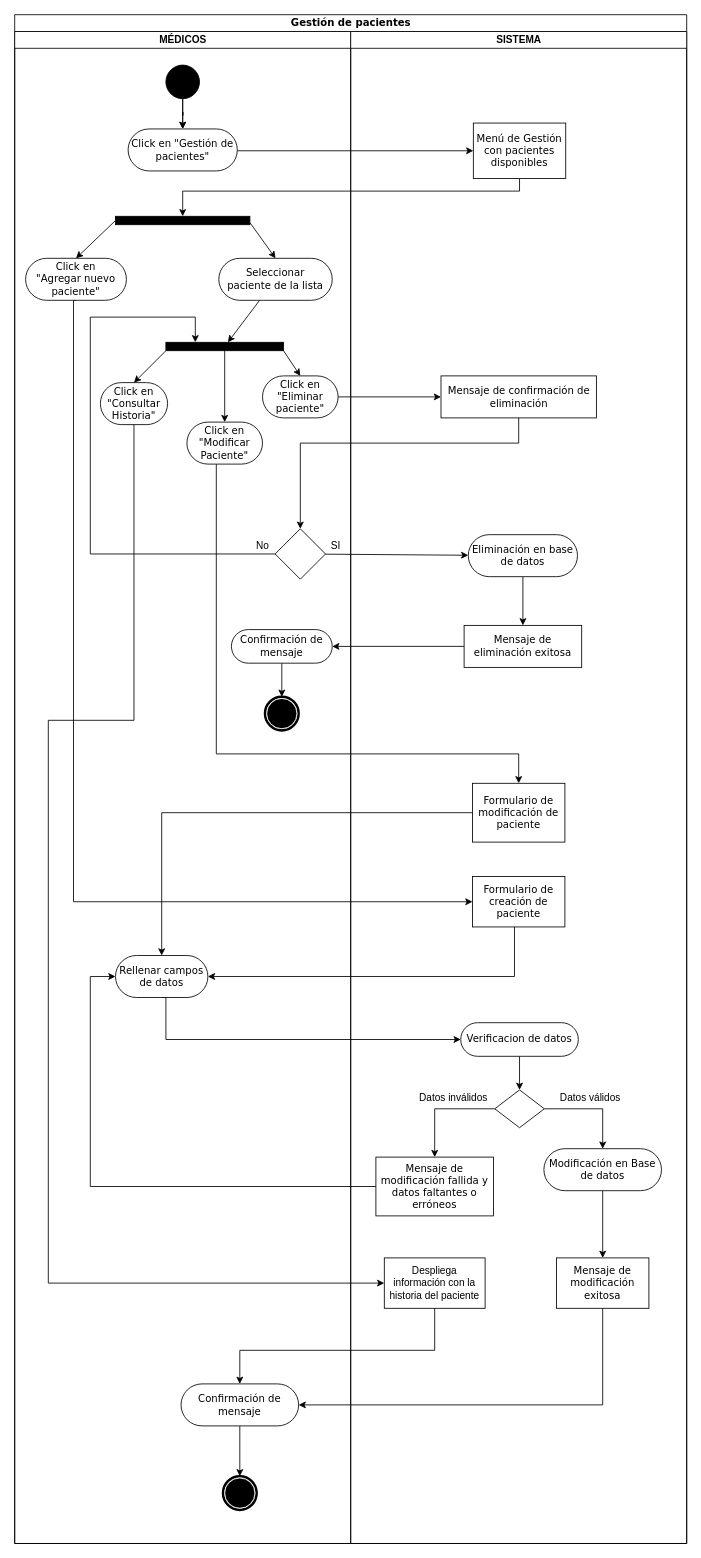
Above: MET/Gestion de pacientes.drawio in NeutronBlast/IS-Ex (draw.io), before the change. Source tidied: cells renumbered, new cells numbered last; positions are measured from the earlier drawing's top-left corner, leaving out a move shared by most shapes. Both pictures are drawn from the tidied source at 84%, with x=0, y=0 at pixel (14, 14).
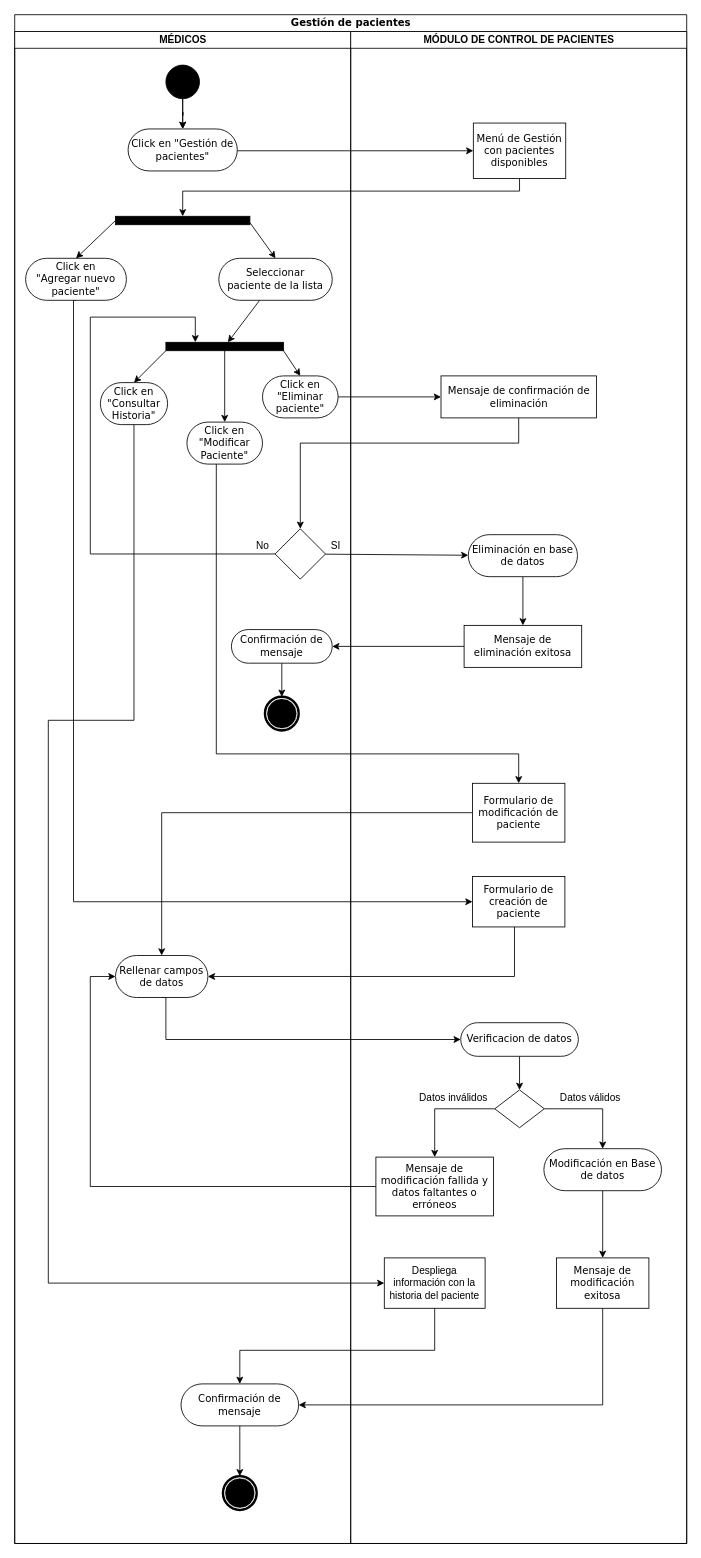
Above is the later version.

The change refers to these unchanged cells:
```xml
<mxCell id="2" value="Gestión de pacientes" style="swimlane;html=1;startSize=20;rounded=0;shadow=0;comic=0;labelBackgroundColor=none;strokeWidth=1;fontFamily=Verdana;fontSize=12;align=center;" parent="1" vertex="1">
  <mxGeometry width="800" height="1820" as="geometry" />
</mxCell>
```

The edit, as a diff of the source:
```diff
@@
-    <mxCell id="45" value="SISTEMA" style="swimlane;html=1;startSize=20;" parent="2" vertex="1">
+    <mxCell id="45" value="MÓDULO DE CONTROL DE PACIENTES" style="swimlane;html=1;startSize=20;" parent="2" vertex="1">
       <mxGeometry x="400" y="20" width="400" height="1800" as="geometry" />
     </mxCell>
```
